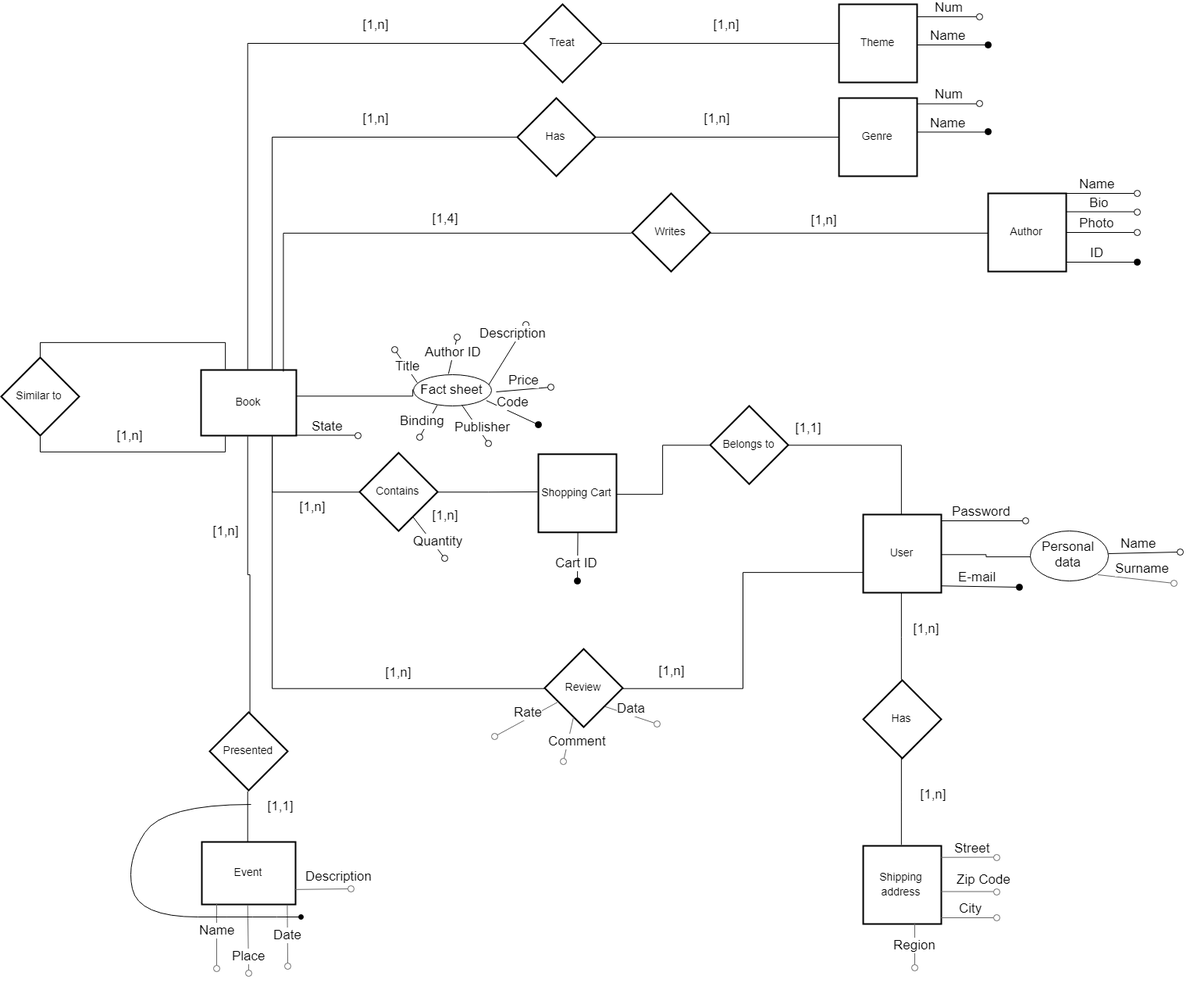
pozziteo/Hypermedia-Applications-project keeps this draw.io diagram as other_stuff/ER Model Bookstore.png. Above is the earlier version. Source tidied: cells renumbered, new cells last; positions are measured from the earlier drawing's top-left corner, leaving out a move shared by most shapes.
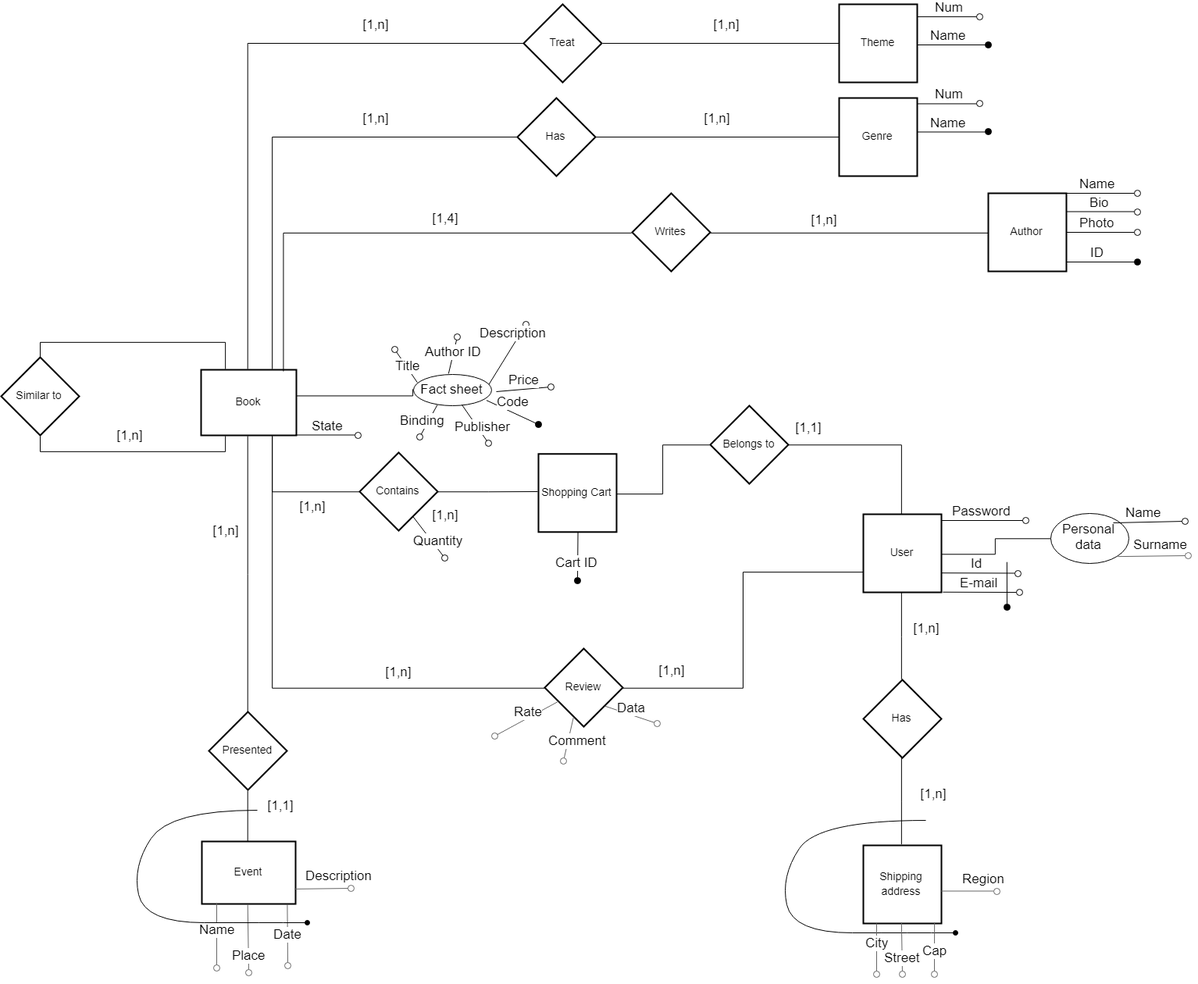
The same diagram one commit later.

The edit, as a diff of the source:
```diff
@@ -9,7 +9,7 @@
       <mxGeometry relative="1" as="geometry" />
     </mxCell>
     <mxCell id="4" value="Presented" style="shape=rhombus;strokeWidth=2;fontSize=17;perimeter=rhombusPerimeter;whiteSpace=wrap;html=1;align=center;fontSize=14;" parent="1" vertex="1">
-      <mxGeometry x="267" y="906" width="100" height="100" as="geometry" />
+      <mxGeometry x="266" y="906" width="100" height="100" as="geometry" />
     </mxCell>
     <mxCell id="5" style="edgeStyle=orthogonalEdgeStyle;rounded=0;jettySize=auto;html=1;exitX=0.25;exitY=1;exitDx=0;exitDy=0;entryX=0.5;entryY=1;entryDx=0;entryDy=0;endArrow=none;endFill=0;" parent="1" edge="1" source="6" target="9">
       <mxGeometry relative="1" as="geometry" />
@@ -182,23 +182,24 @@
       <mxGeometry relative="1" as="geometry" />
     </mxCell>
     <mxCell id="55" value="Personal data" style="ellipse;whiteSpace=wrap;html=1;align=center;rounded=0;shadow=0;glass=0;comic=0;fontSize=17;" parent="1" vertex="1">
-      <mxGeometry x="1318" y="674" width="100" height="64" as="geometry" />
+      <mxGeometry x="1344" y="652" width="100" height="64" as="geometry" />
     </mxCell>
-    <mxCell id="56" value="E-mail" style="html=1;verticalAlign=bottom;startArrow=none;startFill=0;endArrow=oval;startSize=6;endSize=8;shadow=0;fontSize=17;endFill=1;exitX=1.012;exitY=0.925;exitDx=0;exitDy=0;exitPerimeter=0;" parent="1" edge="1" source="33">
+    <mxCell id="56" value="E-mail" style="html=1;verticalAlign=bottom;startArrow=none;startFill=0;endArrow=oval;startSize=6;endSize=8;shadow=0;fontSize=17;endFill=0;exitX=1.012;exitY=0.925;exitDx=0;exitDy=0;exitPerimeter=0;" parent="1" edge="1">
       <mxGeometry x="-0.08" relative="1" as="geometry">
-        <mxPoint x="1304" y="746" as="targetPoint" />
+        <mxPoint x="1205.9" y="752.7" as="sourcePoint" />
+        <mxPoint x="1304" y="753" as="targetPoint" />
       </mxGeometry>
     </mxCell>
     <mxCell id="57" value="Name" style="html=1;verticalAlign=bottom;startArrow=none;startFill=0;endArrow=oval;startSize=6;endSize=8;shadow=0;fontSize=17;endFill=0;" parent="1" edge="1">
       <mxGeometry x="-0.1" relative="1" as="geometry">
-        <mxPoint x="1418" y="703" as="sourcePoint" />
-        <mxPoint x="1510" y="701" as="targetPoint" />
+        <mxPoint x="1424" y="664" as="sourcePoint" />
+        <mxPoint x="1516" y="662" as="targetPoint" />
         <mxPoint x="-1" as="offset" />
       </mxGeometry>
     </mxCell>
     <mxCell id="58" value="Surname" style="html=1;verticalAlign=bottom;startArrow=none;startFill=0;endArrow=oval;startSize=6;endSize=8;shadow=0;fontSize=17;endFill=0;exitX=1;exitY=1;exitDx=0;exitDy=0;fillColor=#f5f5f5;strokeColor=#666666;" parent="1" edge="1" source="55">
       <mxGeometry x="0.18" y="1" relative="1" as="geometry">
-        <mxPoint x="1502" y="741" as="targetPoint" />
+        <mxPoint x="1520" y="706" as="targetPoint" />
         <mxPoint y="-1" as="offset" />
       </mxGeometry>
     </mxCell>
@@ -285,37 +286,37 @@
     </mxCell>
     <mxCell id="72" style="curved=1;endArrow=oval;html=1;shadow=0;fontSize=17;endFill=1;" parent="1" edge="1">
       <mxGeometry relative="1" as="geometry">
-        <mxPoint x="320" y="1024" as="sourcePoint" />
-        <mxPoint x="384" y="1168" as="targetPoint" />
+        <mxPoint x="1184" y="1045" as="sourcePoint" />
+        <mxPoint x="1222" y="1189" as="targetPoint" />
         <Array as="points">
-          <mxPoint x="208" y="1024" />
-          <mxPoint x="160" y="1096" />
-          <mxPoint x="176" y="1168" />
-          <mxPoint x="328" y="1168" />
+          <mxPoint x="1046" y="1045" />
+          <mxPoint x="998" y="1117" />
+          <mxPoint x="1014" y="1189" />
+          <mxPoint x="1166" y="1189" />
         </Array>
       </mxGeometry>
     </mxCell>
-    <mxCell id="73" value="Zip Code" style="html=1;verticalAlign=bottom;startArrow=none;startFill=0;endArrow=oval;startSize=6;endSize=8;shadow=0;fontSize=17;endFill=0;exitX=1;exitY=0.75;exitDx=0;exitDy=0;fillColor=#f5f5f5;strokeColor=#666666;" parent="1" edge="1">
+    <mxCell id="73" value="Region" style="html=1;verticalAlign=bottom;startArrow=none;startFill=0;endArrow=oval;startSize=6;endSize=8;shadow=0;fontSize=17;endFill=0;exitX=1;exitY=0.75;exitDx=0;exitDy=0;fillColor=#f5f5f5;strokeColor=#666666;" parent="1" edge="1">
       <mxGeometry x="0.55" y="4" relative="1" as="geometry">
         <mxPoint x="1203.9" y="1135.5" as="sourcePoint" />
         <mxPoint x="1274.6" y="1135.5" as="targetPoint" />
       </mxGeometry>
     </mxCell>
-    <mxCell id="74" value="Street" style="html=1;verticalAlign=bottom;startArrow=none;startFill=0;endArrow=oval;startSize=6;endSize=8;shadow=0;fontSize=17;endFill=0;exitX=1;exitY=0.75;exitDx=0;exitDy=0;fillColor=#f5f5f5;strokeColor=#666666;" parent="1" edge="1">
-      <mxGeometry x="0.09" relative="1" as="geometry">
-        <mxPoint x="1203.8" y="1091.7" as="sourcePoint" />
-        <mxPoint x="1275.1" y="1091.5" as="targetPoint" />
+    <mxCell id="74" value="Street" style="html=1;verticalAlign=bottom;startArrow=none;startFill=0;endArrow=oval;startSize=6;endSize=8;shadow=0;fontSize=17;endFill=0;exitX=0.5;exitY=1;exitDx=0;exitDy=0;fillColor=#f5f5f5;strokeColor=#666666;" parent="1" edge="1" source="11">
+      <mxGeometry x="0.75" relative="1" as="geometry">
+        <mxPoint x="1154" y="1242" as="targetPoint" />
       </mxGeometry>
     </mxCell>
-    <mxCell id="75" value="City" style="html=1;verticalAlign=bottom;startArrow=none;startFill=0;endArrow=oval;startSize=6;endSize=8;shadow=0;fontSize=17;endFill=0;exitX=1;exitY=0.75;exitDx=0;exitDy=0;fillColor=#f5f5f5;strokeColor=#666666;" parent="1" edge="1">
-      <mxGeometry x="0.02" relative="1" as="geometry">
-        <mxPoint x="1203.9" y="1169" as="sourcePoint" />
-        <mxPoint x="1274.6" y="1169" as="targetPoint" />
+    <mxCell id="75" value="City" style="html=1;verticalAlign=bottom;startArrow=none;startFill=0;endArrow=oval;startSize=6;endSize=8;shadow=0;fontSize=17;endFill=0;exitX=0.25;exitY=1;exitDx=0;exitDy=0;fillColor=#f5f5f5;strokeColor=#666666;" parent="1" edge="1">
+      <mxGeometry x="0.16" relative="1" as="geometry">
+        <mxPoint x="1121" y="1177" as="sourcePoint" />
+        <mxPoint x="1121" y="1242" as="targetPoint" />
       </mxGeometry>
     </mxCell>
-    <mxCell id="76" value="Region" style="html=1;verticalAlign=bottom;startArrow=none;startFill=0;endArrow=oval;startSize=6;endSize=8;shadow=0;fontSize=17;endFill=0;exitX=0.661;exitY=0.993;exitDx=0;exitDy=0;fillColor=#f5f5f5;strokeColor=#666666;exitPerimeter=0;" parent="1" edge="1" source="11">
+    <mxCell id="76" value="Cap" style="html=1;verticalAlign=bottom;startArrow=none;startFill=0;endArrow=oval;startSize=6;endSize=8;shadow=0;fontSize=17;endFill=0;exitX=0.661;exitY=0.993;exitDx=0;exitDy=0;fillColor=#f5f5f5;strokeColor=#666666;exitPerimeter=0;" parent="1" edge="1">
       <mxGeometry x="0.43" relative="1" as="geometry">
-        <mxPoint x="1170" y="1233" as="targetPoint" />
+        <mxPoint x="1195.1" y="1175.7" as="sourcePoint" />
+        <mxPoint x="1195" y="1242" as="targetPoint" />
       </mxGeometry>
     </mxCell>
     <mxCell id="77" value="State" style="html=1;verticalAlign=bottom;startArrow=none;startFill=0;endArrow=oval;startSize=6;endSize=8;shadow=0;fontSize=17;endFill=0;" parent="1" edge="1">
@@ -393,5 +394,29 @@
         <mxPoint x="1" as="offset" />
       </mxGeometry>
     </mxCell>
+    <mxCell id="94" value="Id" style="html=1;verticalAlign=bottom;startArrow=none;startFill=0;endArrow=oval;startSize=6;endSize=8;shadow=0;fontSize=17;endFill=0;exitX=1.012;exitY=0.925;exitDx=0;exitDy=0;exitPerimeter=0;" parent="1" edge="1">
+      <mxGeometry x="-0.08" relative="1" as="geometry">
+        <mxPoint x="1203.9" y="728.2" as="sourcePoint" />
+        <mxPoint x="1302" y="728.5" as="targetPoint" />
+      </mxGeometry>
+    </mxCell>
+    <mxCell id="95" style="curved=1;endArrow=oval;html=1;shadow=0;fontSize=17;endFill=1;" parent="1" edge="1">
+      <mxGeometry relative="1" as="geometry">
+        <mxPoint x="328" y="1032" as="sourcePoint" />
+        <mxPoint x="392" y="1176" as="targetPoint" />
+        <Array as="points">
+          <mxPoint x="216" y="1032" />
+          <mxPoint x="168" y="1104" />
+          <mxPoint x="184" y="1176" />
+          <mxPoint x="336" y="1176" />
+        </Array>
+      </mxGeometry>
+    </mxCell>
+    <mxCell id="96" style="html=1;verticalAlign=bottom;startArrow=none;startFill=0;endArrow=oval;startSize=6;endSize=8;shadow=0;fontSize=17;endFill=1;exitX=1.012;exitY=0.925;exitDx=0;exitDy=0;exitPerimeter=0;" parent="1" edge="1">
+      <mxGeometry x="-0.4" y="10" relative="1" as="geometry">
+        <mxPoint x="1287.9" y="714.2" as="sourcePoint" />
+        <mxPoint x="1288" y="771.5" as="targetPoint" />
+      </mxGeometry>
+    </mxCell>
   </root>
 </mxGraphModel>
```
